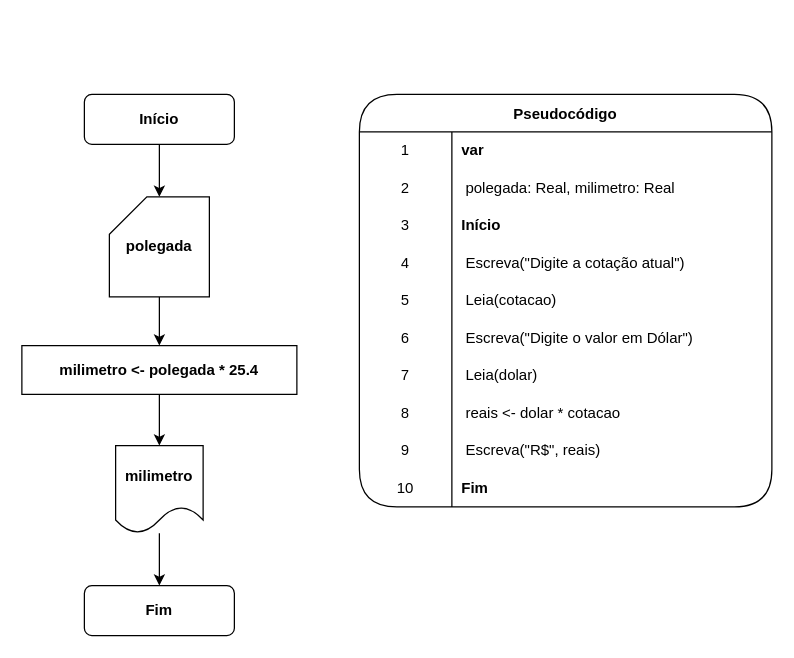
The draw.io diagram page "Ex. 1.2" (2 of 4) of Diagrama.drawio in iSamekh/draw.io, before the edit. Source tidied: cells renumbered, new cells numbered last; positions are measured from the earlier drawing's top-left corner, leaving out a move shared by most shapes. Both pictures are drawn from the tidied source at 125%, with x=0, y=0 at pixel (21, 94).
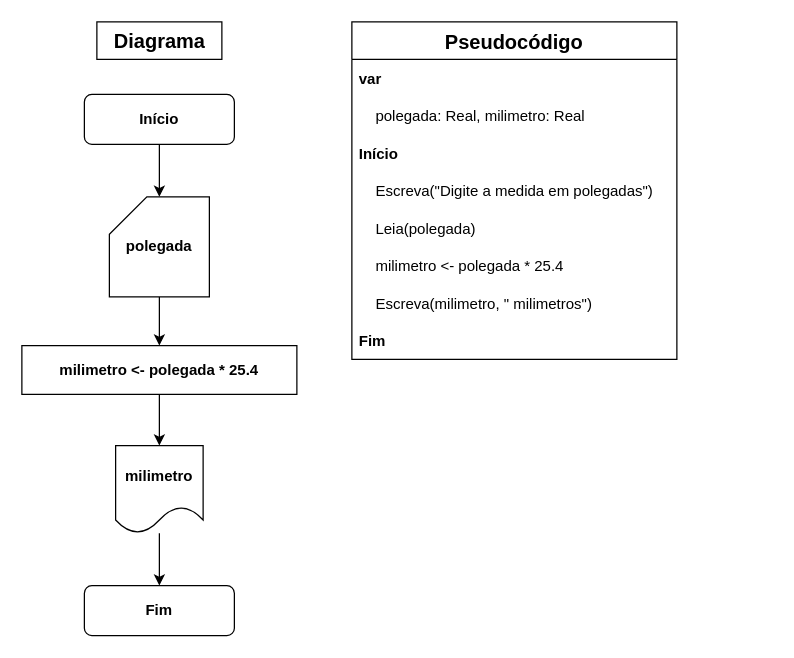
The same page after the edit.

Change to the diagram source:
```diff
@@
-    <mxCell id="11" value="Pseudocódigo" style="shape=table;startSize=30;childLayout=tableLayout;rowLines=0;fontStyle=1;arcSize=150;backgroundOutline=0;labelBackgroundColor=none;labelBorderColor=none;rounded=1;" parent="1" vertex="1">
-      <mxGeometry x="270" width="330" height="330" as="geometry" />
+    <mxCell id="11" value="Pseudocódigo" style="swimlane;fontStyle=1;horizontal=1;startSize=30;rounded=0;shadow=0;labelBackgroundColor=#FFFFFF;labelBorderColor=none;sketch=0;fillStyle=auto;strokeColor=default;strokeWidth=1;fillColor=default;swimlaneLine=1;glass=0;arcSize=20;fontSize=16;" parent="1" vertex="1">
+      <mxGeometry x="264" y="-58" width="260" height="270" as="geometry" />
     </mxCell>
-    <mxCell id="12" style="shape=tableRow;horizontal=0;startSize=0;swimlaneHead=0;swimlaneBody=0;top=0;left=0;bottom=0;right=0;fillColor=none;" parent="11" vertex="1">
-      <mxGeometry y="30" width="330" height="30" as="geometry" />
-    </mxCell>
-    <mxCell id="13" value="1" style="shape=partialRectangle;html=1;whiteSpace=wrap;fillColor=none;top=0;left=0;bottom=0;right=0;overflow=hidden;" parent="12" vertex="1">
-      <mxGeometry width="74" height="30" as="geometry" />
-    </mxCell>
-    <mxCell id="14" value="&lt;b&gt;var&lt;/b&gt;" style="shape=partialRectangle;html=1;whiteSpace=wrap;fillColor=none;top=0;left=0;bottom=0;right=0;align=left;spacingLeft=6;overflow=hidden;" parent="12" vertex="1">
-      <mxGeometry x="74" width="256" height="30" as="geometry" />
+    <mxCell id="14" value="var" style="text;strokeColor=none;fillColor=none;align=left;verticalAlign=middle;spacingLeft=4;spacingRight=4;overflow=hidden;rounded=1;shadow=0;labelBackgroundColor=none;labelBorderColor=none;sketch=0;fillStyle=auto;strokeWidth=5;glass=0;fontStyle=1;" parent="11" vertex="1">
+      <mxGeometry y="30" width="260" height="30" as="geometry" />
     </mxCell>
-    <mxCell id="15" style="shape=tableRow;horizontal=0;startSize=0;swimlaneHead=0;swimlaneBody=0;top=0;left=0;bottom=0;right=0;fillColor=none;" parent="11" vertex="1">
-      <mxGeometry y="60" width="330" height="30" as="geometry" />
-    </mxCell>
-    <mxCell id="16" value="2" style="shape=partialRectangle;html=1;whiteSpace=wrap;fillColor=none;top=0;left=0;bottom=0;right=0;overflow=hidden;" parent="15" vertex="1">
-      <mxGeometry width="74" height="30" as="geometry" />
-    </mxCell>
-    <mxCell id="17" value="&lt;span style=&quot;white-space: pre;&quot;&gt; &lt;/span&gt;polegada: Real, milimetro: Real" style="shape=partialRectangle;html=1;whiteSpace=wrap;fillColor=none;top=0;left=0;bottom=0;right=0;align=left;spacingLeft=6;overflow=hidden;" parent="15" vertex="1">
-      <mxGeometry x="74" width="256" height="30" as="geometry" />
+    <mxCell id="17" value="    polegada: Real, milimetro: Real" style="text;strokeColor=none;fillColor=none;align=left;verticalAlign=middle;spacingLeft=4;spacingRight=4;overflow=hidden;rounded=1;shadow=0;labelBackgroundColor=none;labelBorderColor=none;sketch=1;fillStyle=auto;strokeWidth=5;" parent="11" vertex="1">
+      <mxGeometry y="60" width="260" height="30" as="geometry" />
     </mxCell>
-    <mxCell id="18" style="shape=tableRow;horizontal=0;startSize=0;swimlaneHead=0;swimlaneBody=0;top=0;left=0;bottom=0;right=0;fillColor=none;" parent="11" vertex="1">
-      <mxGeometry y="90" width="330" height="30" as="geometry" />
-    </mxCell>
-    <mxCell id="19" value="3" style="shape=partialRectangle;html=1;whiteSpace=wrap;fillColor=none;top=0;left=0;bottom=0;right=0;overflow=hidden;" parent="18" vertex="1">
-      <mxGeometry width="74" height="30" as="geometry" />
-    </mxCell>
-    <mxCell id="20" value="&lt;b&gt;Início&lt;/b&gt;" style="shape=partialRectangle;html=1;whiteSpace=wrap;fillColor=none;top=0;left=0;bottom=0;right=0;align=left;spacingLeft=6;overflow=hidden;" parent="18" vertex="1">
-      <mxGeometry x="74" width="256" height="30" as="geometry" />
+    <mxCell id="20" value="Início" style="text;strokeColor=none;fillColor=none;align=left;verticalAlign=middle;spacingLeft=4;spacingRight=4;overflow=hidden;rounded=1;shadow=0;labelBackgroundColor=none;labelBorderColor=none;sketch=1;fillStyle=auto;strokeWidth=5;fontStyle=1;" parent="11" vertex="1">
+      <mxGeometry y="90" width="260" height="30" as="geometry" />
     </mxCell>
-    <mxCell id="21" style="shape=tableRow;horizontal=0;startSize=0;swimlaneHead=0;swimlaneBody=0;top=0;left=0;bottom=0;right=0;fillColor=none;" parent="11" vertex="1">
-      <mxGeometry y="120" width="330" height="30" as="geometry" />
-    </mxCell>
-    <mxCell id="22" value="4" style="shape=partialRectangle;html=1;whiteSpace=wrap;fillColor=none;top=0;left=0;bottom=0;right=0;overflow=hidden;" parent="21" vertex="1">
-      <mxGeometry width="74" height="30" as="geometry" />
-    </mxCell>
-    <mxCell id="23" value="&lt;span style=&quot;white-space: pre;&quot;&gt; &lt;/span&gt;Escreva(&quot;Digite a cotação atual&quot;)" style="shape=partialRectangle;html=1;whiteSpace=wrap;fillColor=none;top=0;left=0;bottom=0;right=0;align=left;spacingLeft=6;overflow=hidden;" parent="21" vertex="1">
-      <mxGeometry x="74" width="256" height="30" as="geometry" />
-    </mxCell>
-    <mxCell id="24" style="shape=tableRow;horizontal=0;startSize=0;swimlaneHead=0;swimlaneBody=0;top=0;left=0;bottom=0;right=0;fillColor=none;" parent="11" vertex="1">
-      <mxGeometry y="150" width="330" height="30" as="geometry" />
-    </mxCell>
-    <mxCell id="25" value="5" style="shape=partialRectangle;html=1;whiteSpace=wrap;fillColor=none;top=0;left=0;bottom=0;right=0;overflow=hidden;" parent="24" vertex="1">
-      <mxGeometry width="74" height="30" as="geometry" />
-    </mxCell>
-    <mxCell id="26" value="&lt;span style=&quot;white-space: pre;&quot;&gt; &lt;/span&gt;Leia(cotacao)" style="shape=partialRectangle;html=1;whiteSpace=wrap;fillColor=none;top=0;left=0;bottom=0;right=0;align=left;spacingLeft=6;overflow=hidden;" parent="24" vertex="1">
-      <mxGeometry x="74" width="256" height="30" as="geometry" />
-    </mxCell>
-    <mxCell id="27" style="shape=tableRow;horizontal=0;startSize=0;swimlaneHead=0;swimlaneBody=0;top=0;left=0;bottom=0;right=0;fillColor=none;" parent="11" vertex="1">
-      <mxGeometry y="180" width="330" height="30" as="geometry" />
-    </mxCell>
-    <mxCell id="28" value="6" style="shape=partialRectangle;html=1;whiteSpace=wrap;fillColor=none;top=0;left=0;bottom=0;right=0;overflow=hidden;" parent="27" vertex="1">
-      <mxGeometry width="74" height="30" as="geometry" />
-    </mxCell>
-    <mxCell id="29" value="&lt;span style=&quot;white-space: pre;&quot;&gt; &lt;/span&gt;Escreva(&quot;Digite o valor em Dólar&quot;)" style="shape=partialRectangle;html=1;whiteSpace=wrap;fillColor=none;top=0;left=0;bottom=0;right=0;align=left;spacingLeft=6;overflow=hidden;" parent="27" vertex="1">
-      <mxGeometry x="74" width="256" height="30" as="geometry" />
-    </mxCell>
-    <mxCell id="30" style="shape=tableRow;horizontal=0;startSize=0;swimlaneHead=0;swimlaneBody=0;top=0;left=0;bottom=0;right=0;fillColor=none;" parent="11" vertex="1">
-      <mxGeometry y="210" width="330" height="30" as="geometry" />
-    </mxCell>
-    <mxCell id="31" value="7" style="shape=partialRectangle;html=1;whiteSpace=wrap;fillColor=none;top=0;left=0;bottom=0;right=0;overflow=hidden;" parent="30" vertex="1">
-      <mxGeometry width="74" height="30" as="geometry" />
-    </mxCell>
-    <mxCell id="32" value="&lt;span style=&quot;white-space: pre;&quot;&gt; &lt;/span&gt;Leia(dolar)" style="shape=partialRectangle;html=1;whiteSpace=wrap;fillColor=none;top=0;left=0;bottom=0;right=0;align=left;spacingLeft=6;overflow=hidden;" parent="30" vertex="1">
-      <mxGeometry x="74" width="256" height="30" as="geometry" />
-    </mxCell>
-    <mxCell id="33" style="shape=tableRow;horizontal=0;startSize=0;swimlaneHead=0;swimlaneBody=0;top=0;left=0;bottom=0;right=0;fillColor=none;" parent="11" vertex="1">
-      <mxGeometry y="240" width="330" height="30" as="geometry" />
-    </mxCell>
-    <mxCell id="34" value="8" style="shape=partialRectangle;html=1;whiteSpace=wrap;fillColor=none;top=0;left=0;bottom=0;right=0;overflow=hidden;" parent="33" vertex="1">
-      <mxGeometry width="74" height="30" as="geometry" />
-    </mxCell>
-    <mxCell id="35" value="&lt;span style=&quot;white-space: pre;&quot;&gt; &lt;/span&gt;reais &amp;lt;- dolar * cotacao" style="shape=partialRectangle;html=1;whiteSpace=wrap;fillColor=none;top=0;left=0;bottom=0;right=0;align=left;spacingLeft=6;overflow=hidden;" parent="33" vertex="1">
-      <mxGeometry x="74" width="256" height="30" as="geometry" />
-    </mxCell>
-    <mxCell id="36" style="shape=tableRow;horizontal=0;startSize=0;swimlaneHead=0;swimlaneBody=0;top=0;left=0;bottom=0;right=0;fillColor=none;" parent="11" vertex="1">
-      <mxGeometry y="270" width="330" height="30" as="geometry" />
-    </mxCell>
-    <mxCell id="37" value="9" style="shape=partialRectangle;html=1;whiteSpace=wrap;fillColor=none;top=0;left=0;bottom=0;right=0;overflow=hidden;" parent="36" vertex="1">
-      <mxGeometry width="74" height="30" as="geometry" />
-    </mxCell>
-    <mxCell id="38" value="&lt;span style=&quot;white-space: pre;&quot;&gt; &lt;/span&gt;Escreva(&quot;R$&quot;, reais)" style="shape=partialRectangle;html=1;whiteSpace=wrap;fillColor=none;top=0;left=0;bottom=0;right=0;align=left;spacingLeft=6;overflow=hidden;" parent="36" vertex="1">
-      <mxGeometry x="74" width="256" height="30" as="geometry" />
-    </mxCell>
-    <mxCell id="39" style="shape=tableRow;horizontal=0;startSize=0;swimlaneHead=0;swimlaneBody=0;top=0;left=0;bottom=0;right=0;fillColor=none;" parent="11" vertex="1">
-      <mxGeometry y="300" width="330" height="30" as="geometry" />
-    </mxCell>
-    <mxCell id="40" value="10" style="shape=partialRectangle;html=1;whiteSpace=wrap;fillColor=none;top=0;left=0;bottom=0;right=0;overflow=hidden;" parent="39" vertex="1">
-      <mxGeometry width="74" height="30" as="geometry" />
-    </mxCell>
+    <mxCell id="42" value="     Escreva(&quot;Digite a medida em polegadas&quot;)" style="text;strokeColor=none;fillColor=none;align=left;verticalAlign=middle;spacingLeft=4;spacingRight=4;overflow=hidden;rounded=1;shadow=0;labelBackgroundColor=none;labelBorderColor=none;sketch=1;fillStyle=auto;strokeWidth=5;fontStyle=0;" parent="11" vertex="1">
+      <mxGeometry y="120" width="260" height="30" as="geometry" />
+    </mxCell>
+    <mxCell id="43" value="     Leia(polegada)" style="text;strokeColor=none;fillColor=none;align=left;verticalAlign=middle;spacingLeft=4;spacingRight=4;overflow=hidden;rounded=1;shadow=0;labelBackgroundColor=none;labelBorderColor=none;sketch=1;fillStyle=auto;strokeWidth=5;fontStyle=0;" parent="11" vertex="1">
+      <mxGeometry y="150" width="260" height="30" as="geometry" />
+    </mxCell>
+    <mxCell id="44" value="    milimetro &lt;- polegada * 25.4" style="text;strokeColor=none;fillColor=none;align=left;verticalAlign=middle;spacingLeft=4;spacingRight=4;overflow=hidden;rounded=1;shadow=0;labelBackgroundColor=none;labelBorderColor=none;sketch=1;fillStyle=auto;strokeWidth=5;fontStyle=0;" parent="11" vertex="1">
+      <mxGeometry y="180" width="260" height="30" as="geometry" />
+    </mxCell>
+    <mxCell id="45" value="     Escreva(milimetro, &quot; milimetros&quot;)" style="text;strokeColor=none;fillColor=none;align=left;verticalAlign=middle;spacingLeft=4;spacingRight=4;overflow=hidden;rounded=1;shadow=0;labelBackgroundColor=none;labelBorderColor=none;sketch=1;fillStyle=auto;strokeWidth=5;fontStyle=0;" parent="11" vertex="1">
+      <mxGeometry y="210" width="260" height="30" as="geometry" />
+    </mxCell>
-    <mxCell id="41" value="&lt;b&gt;Fim&lt;/b&gt;" style="shape=partialRectangle;html=1;whiteSpace=wrap;fillColor=none;top=0;left=0;bottom=0;right=0;align=left;spacingLeft=6;overflow=hidden;" parent="39" vertex="1">
-      <mxGeometry x="74" width="256" height="30" as="geometry" />
+    <mxCell id="41" value="Fim" style="text;strokeColor=none;fillColor=none;align=left;verticalAlign=middle;spacingLeft=4;spacingRight=4;overflow=hidden;rounded=1;shadow=0;labelBackgroundColor=none;labelBorderColor=none;sketch=1;fillStyle=auto;strokeWidth=5;fontStyle=1;" parent="11" vertex="1">
+      <mxGeometry y="240" width="260" height="30" as="geometry" />
     </mxCell>
+    <mxCell id="46" value="&lt;b&gt;&lt;font style=&quot;font-size: 16px;&quot;&gt;Diagrama&lt;/font&gt;&lt;/b&gt;" style="text;html=1;align=center;verticalAlign=middle;fillColor=default;strokeColor=default;rounded=0;shadow=0;glass=0;labelBackgroundColor=#FFFFFF;labelBorderColor=none;sketch=0;fillStyle=auto;strokeWidth=1;" parent="1" vertex="1">
+      <mxGeometry x="60" y="-58" width="100" height="30" as="geometry" />
+    </mxCell>
```
